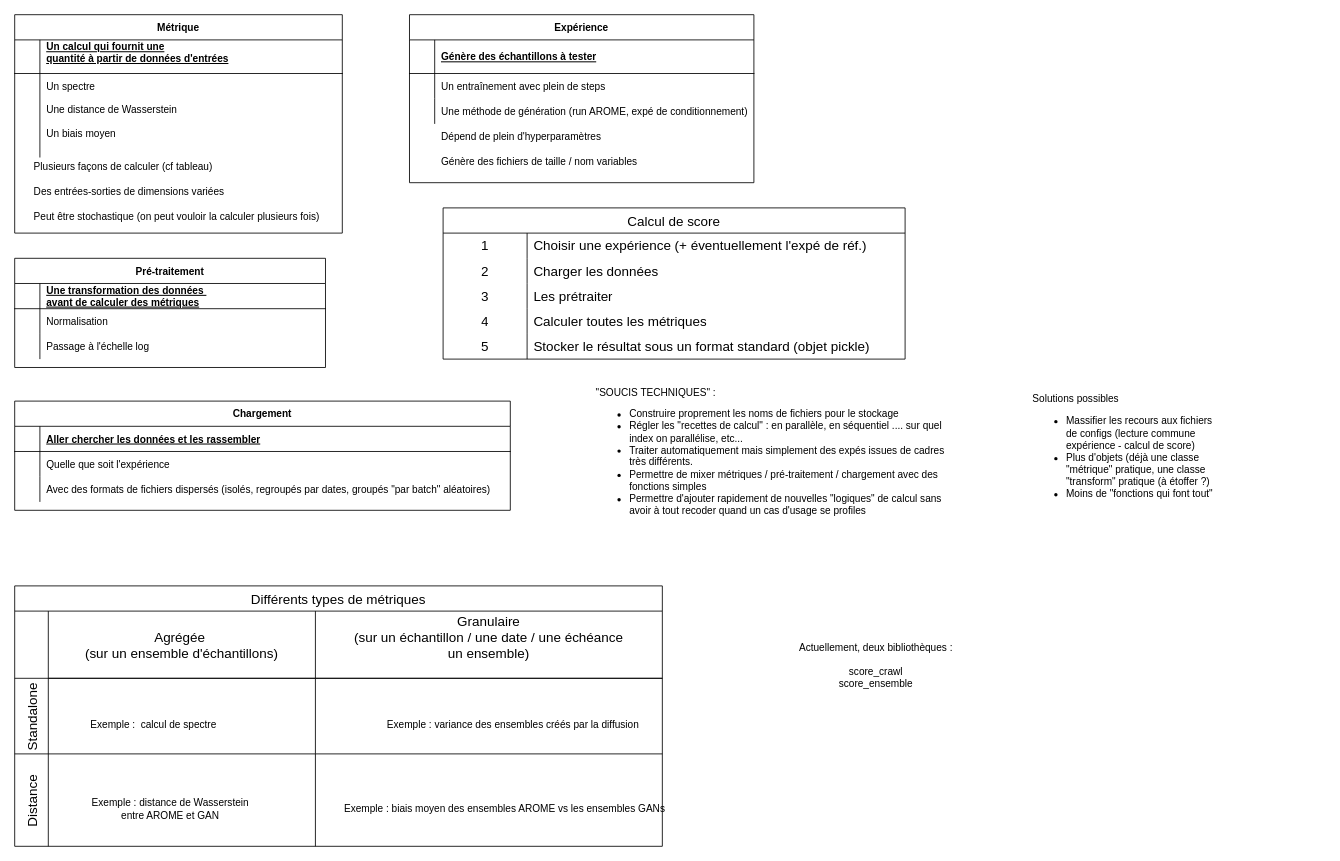
Before: schemas_score_crawl.drawio in flyIchtus/score_crawl, a draw.io diagram. Source tidied: cells renumbered, new cells numbered last; positions are measured from the earlier drawing's top-left corner, leaving out a move shared by most shapes. Both pictures are drawn from the tidied source at 84%, with x=0, y=0 at pixel (14, 14).
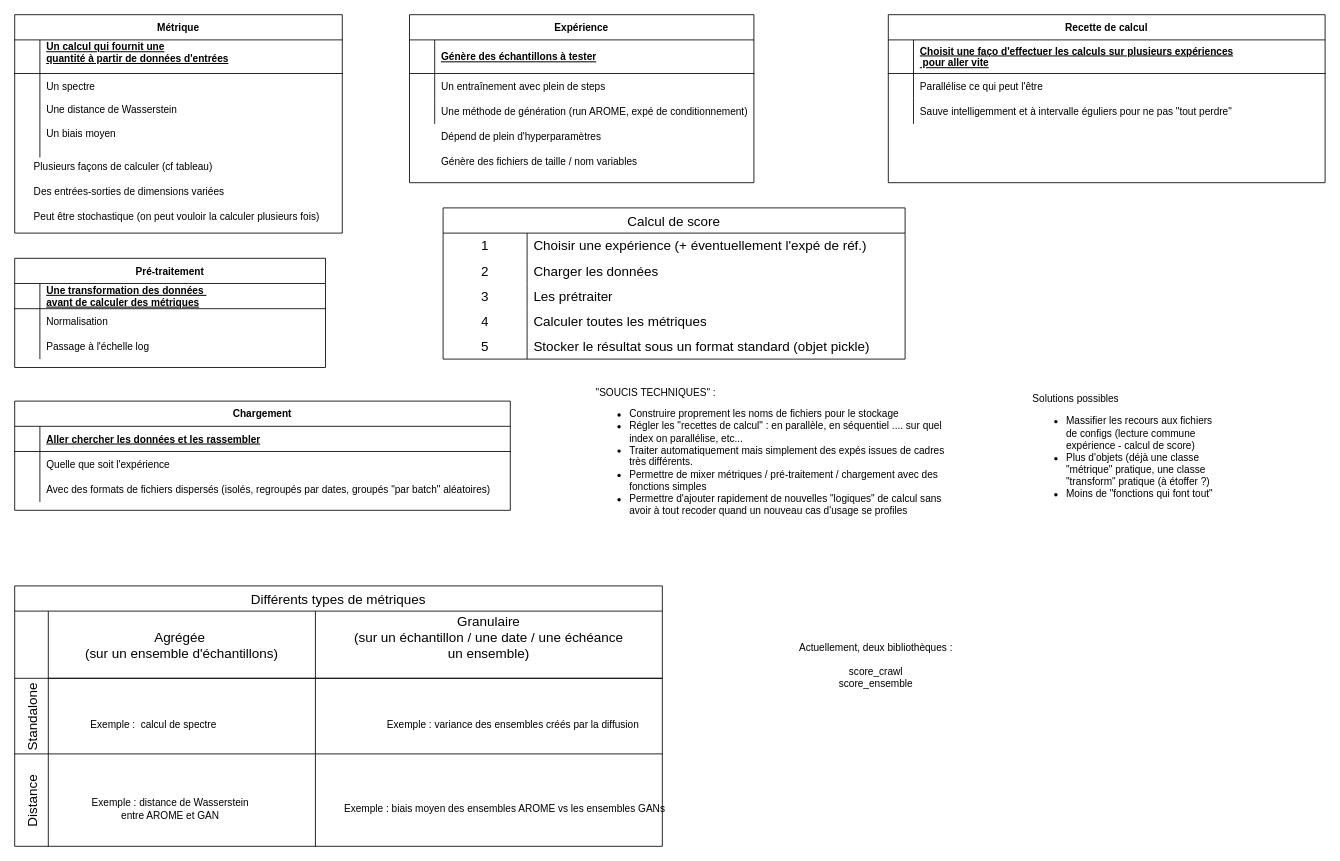
The same diagram, later.

Commit message:
Mettre à jour schemas_score_crawl.drawio

Change to the diagram source:
```diff
@@
-    <mxCell id="75" value="&quot;SOUCIS TECHNIQUES&quot; : &lt;br&gt;&lt;ul&gt;&lt;li&gt;Construire proprement les noms de fichiers pour le stockage&lt;br&gt;&lt;/li&gt;&lt;li&gt;Régler les &quot;recettes de calcul&quot; : en parallèle, en séquentiel .... sur quel index on parallélise, etc...&lt;br&gt;&lt;/li&gt;&lt;li&gt;Traiter automatiquement mais simplement des expés issues de cadres très différents.&lt;/li&gt;&lt;li&gt;Permettre de mixer métriques / pré-traitement / chargement avec des fonctions simples&lt;/li&gt;&lt;li&gt;Permettre d'ajouter rapidement de nouvelles &quot;logiques&quot; de calcul sans avoir à tout recoder quand un cas d'usage se profiles&lt;br&gt;&lt;/li&gt;&lt;/ul&gt;" style="text;strokeColor=none;fillColor=none;html=1;whiteSpace=wrap;verticalAlign=middle;overflow=hidden;" parent="1" vertex="1">
+    <mxCell id="75" value="&quot;SOUCIS TECHNIQUES&quot; : &lt;br&gt;&lt;ul&gt;&lt;li&gt;Construire proprement les noms de fichiers pour le stockage&lt;br&gt;&lt;/li&gt;&lt;li&gt;Régler les &quot;recettes de calcul&quot; : en parallèle, en séquentiel .... sur quel index on parallélise, etc...&lt;br&gt;&lt;/li&gt;&lt;li&gt;Traiter automatiquement mais simplement des expés issues de cadres très différents.&lt;/li&gt;&lt;li&gt;Permettre de mixer métriques / pré-traitement / chargement avec des fonctions simples&lt;/li&gt;&lt;li&gt;Permettre d'ajouter rapidement de nouvelles &quot;logiques&quot; de calcul sans avoir à tout recoder quand un nouveau cas d'usage se profiles&lt;/li&gt;&lt;/ul&gt;" style="text;strokeColor=none;fillColor=none;html=1;whiteSpace=wrap;verticalAlign=middle;overflow=hidden;" parent="1" vertex="1">
       <mxGeometry x="690" y="440" width="440" height="170" as="geometry" />
     </mxCell>
@@
+    <mxCell id="78" style="group;" parent="1" vertex="1">
+      <mxGeometry x="1040" width="520" height="200" as="geometry" />
+    </mxCell>
+    <mxCell id="79" value="Recette de calcul" style="shape=table;startSize=30;childLayout=tableLayout;rowLines=0;fontStyle=1;align=center;" parent="78" vertex="1">
+      <mxGeometry width="520" height="200" as="geometry" />
+    </mxCell>
+    <mxCell id="80" style="shape=partialRectangle;fillColor=none;top=0;left=0;right=0;bottom=1;" parent="79" vertex="1">
+      <mxGeometry y="30" width="520" height="40" as="geometry" />
+    </mxCell>
+    <mxCell id="81" style="shape=partialRectangle;overflow=hidden;fillColor=none;top=0;left=0;bottom=0;right=0;fontStyle=1;" parent="80" vertex="1">
+      <mxGeometry width="30" height="40" as="geometry" />
+    </mxCell>
+    <mxCell id="82" value="Choisit une faço d'effectuer les calculs sur plusieurs expériences&#10; pour aller vite" style="shape=partialRectangle;overflow=hidden;fillColor=none;top=0;left=0;bottom=0;right=0;align=left;spacingLeft=6;fontStyle=5;" parent="80" vertex="1">
+      <mxGeometry x="30" width="490" height="40" as="geometry" />
+    </mxCell>
+    <mxCell id="83" style="shape=partialRectangle;fillColor=none;top=0;left=0;right=0;bottom=0;" parent="79" vertex="1">
+      <mxGeometry y="70" width="520" height="30" as="geometry" />
+    </mxCell>
+    <mxCell id="84" style="shape=partialRectangle;overflow=hidden;fillColor=none;top=0;left=0;bottom=0;right=0;" parent="83" vertex="1">
+      <mxGeometry width="30" height="30" as="geometry" />
+    </mxCell>
+    <mxCell id="85" value="Parallélise ce qui peut l'être" style="shape=partialRectangle;overflow=hidden;fillColor=none;top=0;left=0;bottom=0;right=0;align=left;spacingLeft=6;" parent="83" vertex="1">
+      <mxGeometry x="30" width="490" height="30" as="geometry" />
+    </mxCell>
+    <mxCell id="86" style="shape=partialRectangle;fillColor=none;top=0;left=0;right=0;bottom=0;" parent="79" vertex="1">
+      <mxGeometry y="100" width="520" height="30" as="geometry" />
+    </mxCell>
+    <mxCell id="87" style="shape=partialRectangle;overflow=hidden;fillColor=none;top=0;left=0;bottom=0;right=0;" parent="86" vertex="1">
+      <mxGeometry width="30" height="30" as="geometry" />
+    </mxCell>
+    <mxCell id="88" value="Sauve intelligemment et à intervalle éguliers pour ne pas &quot;tout perdre&quot;" style="shape=partialRectangle;overflow=hidden;fillColor=none;top=0;left=0;bottom=0;right=0;align=left;spacingLeft=6;" parent="86" vertex="1">
+      <mxGeometry x="30" width="490" height="30" as="geometry" />
+    </mxCell>
```
